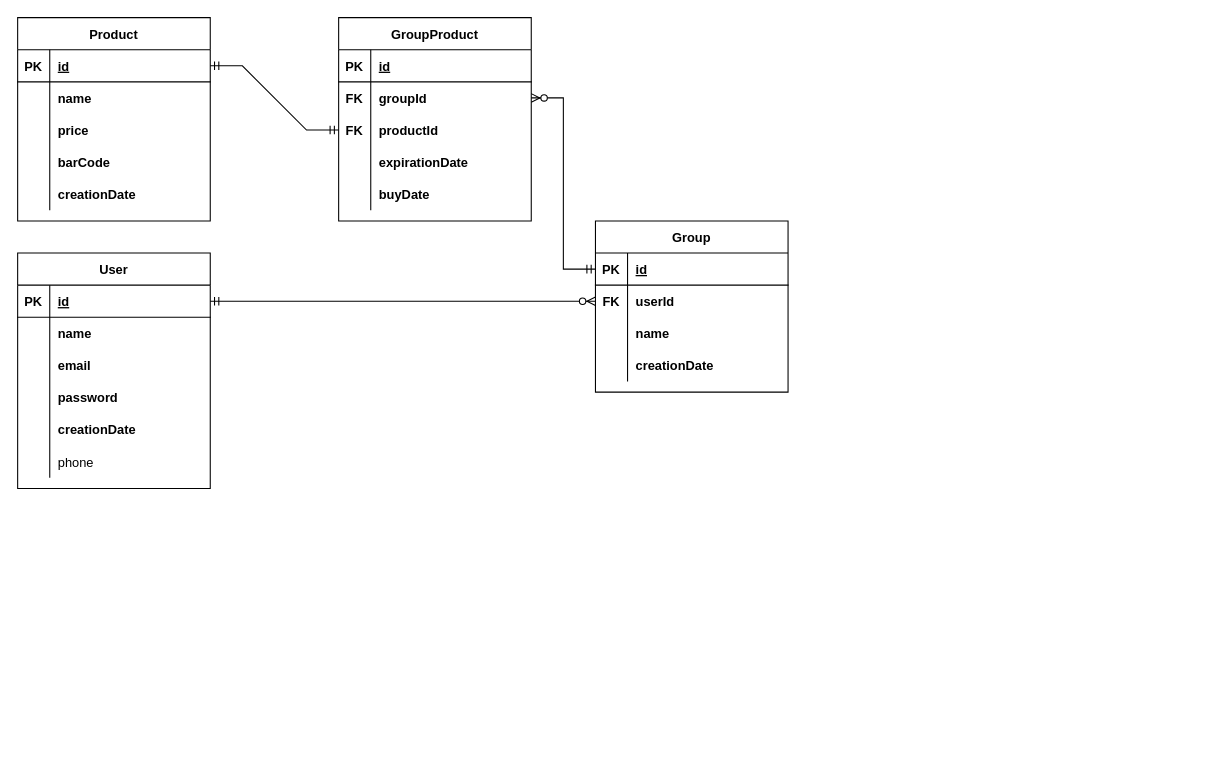
The draw.io diagram docs/diagrams/entity-relationship.drawio in Danilo4lves/pantry.api, before the edit. Source tidied: cells renumbered, new cells numbered last; positions are measured from the earlier drawing's top-left corner, leaving out a move shared by most shapes. Both pictures are drawn from the tidied source at 107%, with x=0, y=0 at pixel (17, 17).
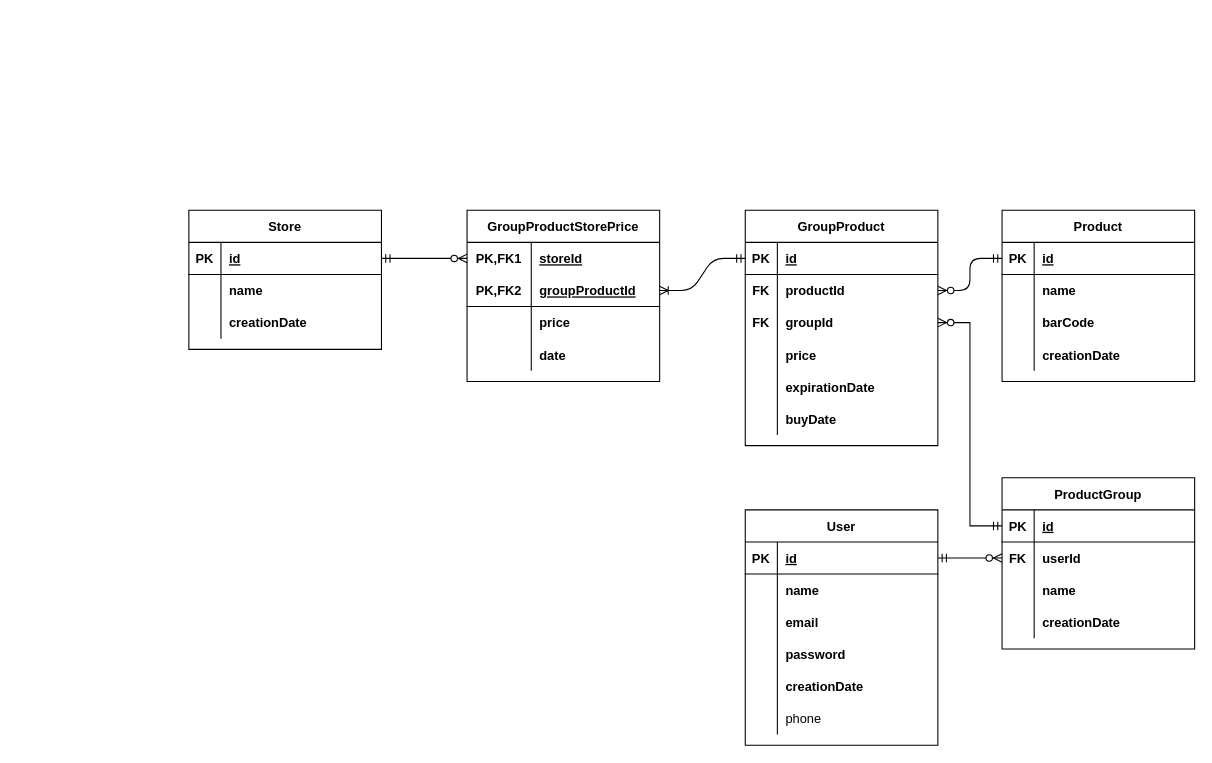
The same page after the edit.

Commit message:
task(docs/ERD): Adds price history

Unchanged cells that the change refers to:
```xml
<mxCell id="3" style="shape=tableRow;horizontal=0;startSize=0;swimlaneHead=0;swimlaneBody=0;fillColor=none;points=[[0,0.5],[1,0.5]];portConstraint=eastwest;top=0;left=0;right=0;bottom=1;" parent="2" vertex="1">
  <mxGeometry y="30" width="180" height="30" as="geometry" />
</mxCell>
<mxCell id="35" style="shape=tableRow;horizontal=0;startSize=0;swimlaneHead=0;swimlaneBody=0;fillColor=none;points=[[0,0.5],[1,0.5]];portConstraint=eastwest;top=0;left=0;right=0;bottom=1;" parent="34" vertex="1">
  <mxGeometry y="30" width="180" height="30" as="geometry" />
</mxCell>
```

What changed in the source:
```diff
@@
     <mxCell id="2" value="Product" style="shape=table;startSize=30;childLayout=tableLayout;rowLines=0;fontStyle=1;align=center;" parent="1" vertex="1">
-      <mxGeometry width="180" height="190" as="geometry" />
+      <mxGeometry x="920" y="180" width="180" height="160" as="geometry" />
     </mxCell>
@@
-    <mxCell id="9" style="shape=tableRow;horizontal=0;startSize=0;swimlaneHead=0;swimlaneBody=0;fillColor=none;top=0;left=0;right=0;bottom=0;" parent="2" vertex="1">
-      <mxGeometry y="90" width="180" height="30" as="geometry" />
-    </mxCell>
-    <mxCell id="10" style="shape=partialRectangle;fillColor=none;top=0;left=0;bottom=0;right=0;overflow=hidden;" parent="9" vertex="1">
-      <mxGeometry width="30" height="30" as="geometry" />
-    </mxCell>
-    <mxCell id="11" value="price" style="shape=partialRectangle;fillColor=none;top=0;left=0;bottom=0;right=0;align=left;spacingLeft=6;overflow=hidden;fontStyle=1;" parent="9" vertex="1">
-      <mxGeometry x="30" width="150" height="30" as="geometry" />
-    </mxCell>
     <mxCell id="12" style="shape=tableRow;horizontal=0;startSize=0;swimlaneHead=0;swimlaneBody=0;fillColor=none;top=0;left=0;right=0;bottom=0;" parent="2" vertex="1">
-      <mxGeometry y="120" width="180" height="30" as="geometry" />
+      <mxGeometry y="90" width="180" height="30" as="geometry" />
     </mxCell>
@@
     <mxCell id="15" style="shape=tableRow;horizontal=0;startSize=0;swimlaneHead=0;swimlaneBody=0;fillColor=none;top=0;left=0;right=0;bottom=0;" parent="2" vertex="1">
-      <mxGeometry y="150" width="180" height="30" as="geometry" />
+      <mxGeometry y="120" width="180" height="30" as="geometry" />
     </mxCell>
@@
-    <mxCell id="18" value="GroupProduct" style="shape=table;startSize=30;childLayout=tableLayout;rowLines=0;fontStyle=1;align=center;" parent="1" vertex="1">
-      <mxGeometry x="300" width="180" height="190" as="geometry" />
-    </mxCell>
-    <mxCell id="19" style="shape=tableRow;horizontal=0;startSize=0;swimlaneHead=0;swimlaneBody=0;fillColor=none;points=[[0,0.5],[1,0.5]];portConstraint=eastwest;top=0;left=0;right=0;bottom=1;" parent="18" vertex="1">
-      <mxGeometry y="30" width="180" height="30" as="geometry" />
-    </mxCell>
-    <mxCell id="20" value="PK" style="shape=partialRectangle;fillColor=none;top=0;left=0;bottom=0;right=0;fontStyle=1;overflow=hidden;" parent="19" vertex="1">
-      <mxGeometry width="30" height="30" as="geometry" />
-    </mxCell>
-    <mxCell id="21" value="id" style="shape=partialRectangle;fillColor=none;top=0;left=0;bottom=0;right=0;align=left;spacingLeft=6;fontStyle=5;overflow=hidden;" parent="19" vertex="1">
-      <mxGeometry x="30" width="150" height="30" as="geometry" />
-    </mxCell>
-    <mxCell id="22" style="shape=tableRow;horizontal=0;startSize=0;swimlaneHead=0;swimlaneBody=0;fillColor=none;points=[[0,0.5],[1,0.5]];portConstraint=eastwest;top=0;left=0;right=0;bottom=0;" parent="18" vertex="1">
-      <mxGeometry y="60" width="180" height="30" as="geometry" />
-    </mxCell>
-    <mxCell id="23" value="FK" style="shape=partialRectangle;fillColor=none;top=0;left=0;bottom=0;right=0;overflow=hidden;fontStyle=1;" parent="22" vertex="1">
-      <mxGeometry width="30" height="30" as="geometry" />
-    </mxCell>
-    <mxCell id="24" value="groupId" style="shape=partialRectangle;fillColor=none;top=0;left=0;bottom=0;right=0;align=left;spacingLeft=6;overflow=hidden;fontStyle=1;" parent="22" vertex="1">
-      <mxGeometry x="30" width="150" height="30" as="geometry" />
-    </mxCell>
-    <mxCell id="25" style="shape=tableRow;horizontal=0;startSize=0;swimlaneHead=0;swimlaneBody=0;fillColor=none;points=[[0,0.5],[1,0.5]];portConstraint=eastwest;top=0;left=0;right=0;bottom=0;" parent="18" vertex="1">
-      <mxGeometry y="90" width="180" height="30" as="geometry" />
-    </mxCell>
-    <mxCell id="26" value="FK" style="shape=partialRectangle;fillColor=none;top=0;left=0;bottom=0;right=0;overflow=hidden;fontStyle=1;" parent="25" vertex="1">
-      <mxGeometry width="30" height="30" as="geometry" />
-    </mxCell>
-    <mxCell id="27" value="productId" style="shape=partialRectangle;fillColor=none;top=0;left=0;bottom=0;right=0;align=left;spacingLeft=6;overflow=hidden;fontStyle=1;" parent="25" vertex="1">
-      <mxGeometry x="30" width="150" height="30" as="geometry" />
-    </mxCell>
-    <mxCell id="28" style="shape=tableRow;horizontal=0;startSize=0;swimlaneHead=0;swimlaneBody=0;fillColor=none;top=0;left=0;right=0;bottom=0;" parent="18" vertex="1">
-      <mxGeometry y="120" width="180" height="30" as="geometry" />
-    </mxCell>
-    <mxCell id="29" style="shape=partialRectangle;fillColor=none;top=0;left=0;bottom=0;right=0;overflow=hidden;" parent="28" vertex="1">
-      <mxGeometry width="30" height="30" as="geometry" />
-    </mxCell>
-    <mxCell id="30" value="expirationDate" style="shape=partialRectangle;fillColor=none;top=0;left=0;bottom=0;right=0;align=left;spacingLeft=6;overflow=hidden;fontStyle=1;" parent="28" vertex="1">
-      <mxGeometry x="30" width="150" height="30" as="geometry" />
-    </mxCell>
-    <mxCell id="31" style="shape=tableRow;horizontal=0;startSize=0;swimlaneHead=0;swimlaneBody=0;fillColor=none;top=0;left=0;right=0;bottom=0;" parent="18" vertex="1">
-      <mxGeometry y="150" width="180" height="30" as="geometry" />
-    </mxCell>
-    <mxCell id="32" style="shape=partialRectangle;fillColor=none;top=0;left=0;bottom=0;right=0;overflow=hidden;" parent="31" vertex="1">
-      <mxGeometry width="30" height="30" as="geometry" />
-    </mxCell>
-    <mxCell id="33" value="buyDate" style="shape=partialRectangle;fillColor=none;top=0;left=0;bottom=0;right=0;align=left;spacingLeft=6;overflow=hidden;fontStyle=1;" parent="31" vertex="1">
-      <mxGeometry x="30" width="150" height="30" as="geometry" />
-    </mxCell>
-    <mxCell id="34" value="Group" style="shape=table;startSize=30;childLayout=tableLayout;rowLines=0;fontStyle=1;align=center;" parent="1" vertex="1">
-      <mxGeometry x="540" y="190" width="180" height="160" as="geometry" />
+    <mxCell id="34" value="ProductGroup" style="shape=table;startSize=30;childLayout=tableLayout;rowLines=0;fontStyle=1;align=center;" parent="1" vertex="1">
+      <mxGeometry x="920" y="430" width="180" height="160" as="geometry" />
     </mxCell>
@@
     <mxCell id="47" value="User" style="shape=table;startSize=30;childLayout=tableLayout;rowLines=0;fontStyle=1;align=center;" parent="1" vertex="1">
-      <mxGeometry y="220" width="180" height="220" as="geometry" />
+      <mxGeometry x="680" y="460" width="180" height="220" as="geometry" />
     </mxCell>
@@
-    <mxCell id="66" style="edgeStyle=entityRelationEdgeStyle;fontSize=12;html=1;endArrow=ERmandOne;startArrow=ERmandOne;rounded=0;exitX=1;exitY=0.5;exitDx=0;exitDy=0;entryX=0;entryY=0.5;entryDx=0;entryDy=0;" parent="1" edge="1" source="3" target="25">
-      <mxGeometry relative="1" as="geometry" />
-    </mxCell>
-    <mxCell id="67" style="edgeStyle=entityRelationEdgeStyle;fontSize=12;html=1;endArrow=ERzeroToMany;startArrow=ERmandOne;rounded=0;exitX=0;exitY=0.5;exitDx=0;exitDy=0;entryX=1;entryY=0.5;entryDx=0;entryDy=0;" parent="1" edge="1" source="35" target="22">
+    <mxCell id="67" style="edgeStyle=entityRelationEdgeStyle;fontSize=12;html=1;endArrow=ERzeroToMany;startArrow=ERmandOne;rounded=0;exitX=0;exitY=0.5;exitDx=0;exitDy=0;entryX=1;entryY=0.5;entryDx=0;entryDy=0;" parent="1" edge="1" source="35" target="95">
       <mxGeometry relative="1" as="geometry" />
     </mxCell>
@@
+    <mxCell id="69" value="Store" style="shape=table;startSize=30;childLayout=tableLayout;rowLines=0;fontStyle=1;align=center;" parent="1" vertex="1">
+      <mxGeometry x="160" y="180" width="180" height="130" as="geometry" />
+    </mxCell>
+    <mxCell id="19" style="shape=tableRow;horizontal=0;startSize=0;swimlaneHead=0;swimlaneBody=0;fillColor=none;points=[[0,0.5],[1,0.5]];portConstraint=eastwest;top=0;left=0;right=0;bottom=1;" parent="69" vertex="1">
+      <mxGeometry y="30" width="180" height="30" as="geometry" />
+    </mxCell>
+    <mxCell id="70" value="PK" style="shape=partialRectangle;fillColor=none;top=0;left=0;bottom=0;right=0;fontStyle=1;overflow=hidden;" parent="19" vertex="1">
+      <mxGeometry width="30" height="30" as="geometry" />
+    </mxCell>
+    <mxCell id="71" value="id" style="shape=partialRectangle;fillColor=none;top=0;left=0;bottom=0;right=0;align=left;spacingLeft=6;fontStyle=5;overflow=hidden;" parent="19" vertex="1">
+      <mxGeometry x="30" width="150" height="30" as="geometry" />
+    </mxCell>
+    <mxCell id="22" style="shape=tableRow;horizontal=0;startSize=0;swimlaneHead=0;swimlaneBody=0;fillColor=none;points=[[0,0.5],[1,0.5]];portConstraint=eastwest;top=0;left=0;right=0;bottom=0;" parent="69" vertex="1">
+      <mxGeometry y="60" width="180" height="30" as="geometry" />
+    </mxCell>
+    <mxCell id="72" style="shape=partialRectangle;fillColor=none;top=0;left=0;bottom=0;right=0;overflow=hidden;" parent="22" vertex="1">
+      <mxGeometry width="30" height="30" as="geometry" />
+    </mxCell>
+    <mxCell id="73" value="name" style="shape=partialRectangle;fillColor=none;top=0;left=0;bottom=0;right=0;align=left;spacingLeft=6;overflow=hidden;fontStyle=1;" parent="22" vertex="1">
+      <mxGeometry x="30" width="150" height="30" as="geometry" />
+    </mxCell>
+    <mxCell id="74" style="shape=tableRow;horizontal=0;startSize=0;swimlaneHead=0;swimlaneBody=0;fillColor=none;top=0;left=0;right=0;bottom=0;" parent="69" vertex="1">
+      <mxGeometry y="90" width="180" height="30" as="geometry" />
+    </mxCell>
+    <mxCell id="75" style="shape=partialRectangle;fillColor=none;top=0;left=0;bottom=0;right=0;overflow=hidden;" parent="74" vertex="1">
+      <mxGeometry width="30" height="30" as="geometry" />
+    </mxCell>
+    <mxCell id="76" value="creationDate" style="shape=partialRectangle;fillColor=none;top=0;left=0;bottom=0;right=0;align=left;spacingLeft=6;overflow=hidden;fontStyle=1;" parent="74" vertex="1">
+      <mxGeometry x="30" width="150" height="30" as="geometry" />
+    </mxCell>
+    <mxCell id="77" style="edgeStyle=entityRelationEdgeStyle;fontSize=12;html=1;endArrow=ERzeroToMany;startArrow=ERmandOne;rounded=0;exitX=1;exitY=0.5;exitDx=0;exitDy=0;entryX=0;entryY=0.5;entryDx=0;entryDy=0;" parent="1" edge="1" source="19" target="79">
+      <mxGeometry relative="1" as="geometry" />
+    </mxCell>
+    <mxCell id="78" value="GroupProductStorePrice" style="shape=table;startSize=30;childLayout=tableLayout;rowLines=0;fontStyle=1;align=center;" parent="1" vertex="1">
+      <mxGeometry x="420" y="180" width="180" height="160" as="geometry" />
+    </mxCell>
+    <mxCell id="79" style="shape=tableRow;horizontal=0;startSize=0;swimlaneHead=0;swimlaneBody=0;fillColor=none;points=[[0,0.5],[1,0.5]];portConstraint=eastwest;top=0;left=0;right=0;bottom=0;" parent="78" vertex="1">
+      <mxGeometry y="30" width="180" height="30" as="geometry" />
+    </mxCell>
+    <mxCell id="80" value="PK,FK1" style="shape=partialRectangle;fillColor=none;top=0;left=0;bottom=0;right=0;fontStyle=1;overflow=hidden;" parent="79" vertex="1">
+      <mxGeometry width="60" height="30" as="geometry" />
+    </mxCell>
+    <mxCell id="81" value="storeId" style="shape=partialRectangle;fillColor=none;top=0;left=0;bottom=0;right=0;align=left;spacingLeft=6;fontStyle=5;overflow=hidden;" parent="79" vertex="1">
+      <mxGeometry x="60" width="120" height="30" as="geometry" />
+    </mxCell>
+    <mxCell id="82" style="shape=tableRow;horizontal=0;startSize=0;swimlaneHead=0;swimlaneBody=0;fillColor=none;points=[[0,0.5],[1,0.5]];portConstraint=eastwest;top=0;left=0;right=0;bottom=1;" parent="78" vertex="1">
+      <mxGeometry y="60" width="180" height="30" as="geometry" />
+    </mxCell>
+    <mxCell id="83" value="PK,FK2" style="shape=partialRectangle;fillColor=none;top=0;left=0;bottom=0;right=0;fontStyle=1;overflow=hidden;" parent="82" vertex="1">
+      <mxGeometry width="60" height="30" as="geometry" />
+    </mxCell>
+    <mxCell id="84" value="groupProductId" style="shape=partialRectangle;fillColor=none;top=0;left=0;bottom=0;right=0;align=left;spacingLeft=6;fontStyle=5;overflow=hidden;" parent="82" vertex="1">
+      <mxGeometry x="60" width="120" height="30" as="geometry" />
+    </mxCell>
+    <mxCell id="85" style="shape=tableRow;horizontal=0;startSize=0;swimlaneHead=0;swimlaneBody=0;fillColor=none;top=0;left=0;right=0;bottom=0;" parent="78" vertex="1">
+      <mxGeometry y="90" width="180" height="30" as="geometry" />
+    </mxCell>
+    <mxCell id="86" style="shape=partialRectangle;fillColor=none;top=0;left=0;bottom=0;right=0;overflow=hidden;" parent="85" vertex="1">
+      <mxGeometry width="60" height="30" as="geometry" />
+    </mxCell>
+    <mxCell id="87" value="price" style="shape=partialRectangle;fillColor=none;top=0;left=0;bottom=0;right=0;align=left;spacingLeft=6;overflow=hidden;fontStyle=1;" parent="85" vertex="1">
+      <mxGeometry x="60" width="120" height="30" as="geometry" />
+    </mxCell>
+    <mxCell id="28" style="shape=tableRow;horizontal=0;startSize=0;swimlaneHead=0;swimlaneBody=0;fillColor=none;top=0;left=0;right=0;bottom=0;" parent="78" vertex="1">
+      <mxGeometry y="120" width="180" height="30" as="geometry" />
+    </mxCell>
+    <mxCell id="88" style="shape=partialRectangle;fillColor=none;top=0;left=0;bottom=0;right=0;overflow=hidden;" parent="28" vertex="1">
+      <mxGeometry width="60" height="30" as="geometry" />
+    </mxCell>
+    <mxCell id="89" value="date" style="shape=partialRectangle;fillColor=none;top=0;left=0;bottom=0;right=0;align=left;spacingLeft=6;overflow=hidden;fontStyle=1;" parent="28" vertex="1">
+      <mxGeometry x="60" width="120" height="30" as="geometry" />
+    </mxCell>
+    <mxCell id="18" value="GroupProduct" style="shape=table;startSize=30;childLayout=tableLayout;rowLines=0;fontStyle=1;align=center;" parent="1" vertex="1">
+      <mxGeometry x="680" y="180" width="180" height="220" as="geometry" />
+    </mxCell>
+    <mxCell id="90" style="shape=partialRectangle;fillColor=none;top=0;left=0;bottom=1;right=0;points=[[0,0.5],[1,0.5]];portConstraint=eastwest;" parent="18" vertex="1">
+      <mxGeometry y="30" width="180" height="30" as="geometry" />
+    </mxCell>
+    <mxCell id="91" value="PK" style="shape=partialRectangle;fillColor=none;top=0;left=0;bottom=0;right=0;fontStyle=1;overflow=hidden;" parent="90" vertex="1">
+      <mxGeometry width="30" height="30" as="geometry" />
+    </mxCell>
+    <mxCell id="92" value="id" style="shape=partialRectangle;fillColor=none;top=0;left=0;bottom=0;right=0;align=left;spacingLeft=6;fontStyle=5;overflow=hidden;" parent="90" vertex="1">
+      <mxGeometry x="30" width="150" height="30" as="geometry" />
+    </mxCell>
+    <mxCell id="93" style="shape=partialRectangle;fillColor=none;top=0;left=0;bottom=0;right=0;points=[[0,0.5],[1,0.5]];portConstraint=eastwest;" parent="18" vertex="1">
+      <mxGeometry y="60" width="180" height="30" as="geometry" />
+    </mxCell>
+    <mxCell id="94" value="FK" style="shape=partialRectangle;fillColor=none;top=0;left=0;bottom=0;right=0;overflow=hidden;fontStyle=1;" parent="93" vertex="1">
+      <mxGeometry width="30" height="30" as="geometry" />
+    </mxCell>
+    <mxCell id="27" value="productId" style="shape=partialRectangle;fillColor=none;top=0;left=0;bottom=0;right=0;align=left;spacingLeft=6;overflow=hidden;fontStyle=1;" parent="93" vertex="1">
+      <mxGeometry x="30" width="150" height="30" as="geometry" />
+    </mxCell>
+    <mxCell id="95" style="shape=partialRectangle;fillColor=none;top=0;left=0;bottom=0;right=0;points=[[0,0.5],[1,0.5]];portConstraint=eastwest;" parent="18" vertex="1">
+      <mxGeometry y="90" width="180" height="30" as="geometry" />
+    </mxCell>
+    <mxCell id="96" value="FK" style="shape=partialRectangle;fillColor=none;top=0;left=0;bottom=0;right=0;overflow=hidden;fontStyle=1;" parent="95" vertex="1">
+      <mxGeometry width="30" height="30" as="geometry" />
+    </mxCell>
+    <mxCell id="24" value="groupId" style="shape=partialRectangle;fillColor=none;top=0;left=0;bottom=0;right=0;align=left;spacingLeft=6;overflow=hidden;fontStyle=1;" parent="95" vertex="1">
+      <mxGeometry x="30" width="150" height="30" as="geometry" />
+    </mxCell>
+    <mxCell id="97" style="shape=partialRectangle;fillColor=none;top=0;left=0;bottom=0;right=0;" parent="18" vertex="1">
+      <mxGeometry y="120" width="180" height="30" as="geometry" />
+    </mxCell>
+    <mxCell id="98" style="shape=partialRectangle;fillColor=none;top=0;left=0;bottom=0;right=0;overflow=hidden;" parent="97" vertex="1">
+      <mxGeometry width="30" height="30" as="geometry" />
+    </mxCell>
+    <mxCell id="11" value="price" style="shape=partialRectangle;fillColor=none;top=0;left=0;bottom=0;right=0;align=left;spacingLeft=6;overflow=hidden;fontStyle=1;" parent="97" vertex="1">
+      <mxGeometry x="30" width="150" height="30" as="geometry" />
+    </mxCell>
+    <mxCell id="99" style="shape=partialRectangle;fillColor=none;top=0;left=0;bottom=0;right=0;" parent="18" vertex="1">
+      <mxGeometry y="150" width="180" height="30" as="geometry" />
+    </mxCell>
+    <mxCell id="100" style="shape=partialRectangle;fillColor=none;top=0;left=0;bottom=0;right=0;overflow=hidden;" parent="99" vertex="1">
+      <mxGeometry width="30" height="30" as="geometry" />
+    </mxCell>
+    <mxCell id="30" value="expirationDate" style="shape=partialRectangle;fillColor=none;top=0;left=0;bottom=0;right=0;align=left;spacingLeft=6;overflow=hidden;fontStyle=1;" parent="99" vertex="1">
+      <mxGeometry x="30" width="150" height="30" as="geometry" />
+    </mxCell>
+    <mxCell id="101" style="shape=partialRectangle;fillColor=none;top=0;left=0;bottom=0;right=0;" parent="18" vertex="1">
+      <mxGeometry y="180" width="180" height="30" as="geometry" />
+    </mxCell>
+    <mxCell id="102" style="shape=partialRectangle;fillColor=none;top=0;left=0;bottom=0;right=0;overflow=hidden;" parent="101" vertex="1">
+      <mxGeometry width="30" height="30" as="geometry" />
+    </mxCell>
+    <mxCell id="33" value="buyDate" style="shape=partialRectangle;fillColor=none;top=0;left=0;bottom=0;right=0;align=left;spacingLeft=6;overflow=hidden;fontStyle=1;" parent="101" vertex="1">
+      <mxGeometry x="30" width="150" height="30" as="geometry" />
+    </mxCell>
+    <mxCell id="103" style="edgeStyle=entityRelationEdgeStyle;fontSize=12;html=1;endArrow=ERzeroToMany;startArrow=ERmandOne;exitX=0;exitY=0.5;exitDx=0;exitDy=0;entryX=1;entryY=0.5;entryDx=0;entryDy=0;" parent="1" edge="1" source="3" target="93">
+      <mxGeometry relative="1" as="geometry" />
+    </mxCell>
+    <mxCell id="104" style="edgeStyle=entityRelationEdgeStyle;fontSize=12;html=1;endArrow=ERoneToMany;startArrow=ERmandOne;entryX=1;entryY=0.5;entryDx=0;entryDy=0;exitX=0;exitY=0.5;exitDx=0;exitDy=0;" parent="1" edge="1" source="90" target="82">
+      <mxGeometry relative="1" as="geometry" />
+    </mxCell>
```
